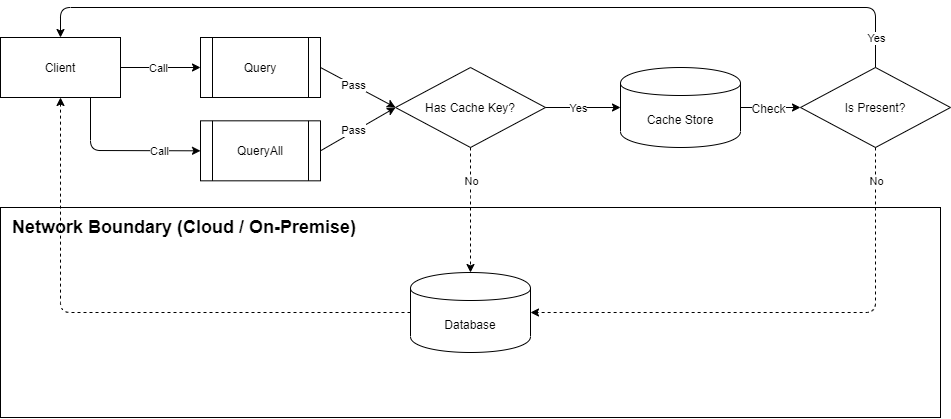
Earlier version of the draw.io export assets/images/site/cache.png (mikependon/RepoDB.NET). Source tidied: cells renumbered, new cells last; positions are measured from the earlier drawing's top-left corner, leaving out a move shared by most shapes.
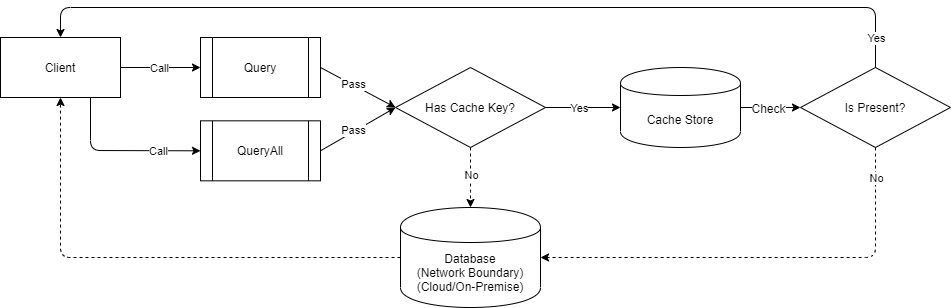
The same file after the commit.

Commit message:
Added the images for bulk and cache.

What changed in the source:
```diff
@@ -2,9 +2,6 @@
   <root>
     <mxCell id="0" />
     <mxCell id="1" parent="0" />
-    <mxCell id="2" style="rounded=0;whiteSpace=wrap;html=1;" parent="1" vertex="1">
-      <mxGeometry y="200" width="940" height="210" as="geometry" />
-    </mxCell>
     <mxCell id="3" value="Client" style="rounded=0;whiteSpace=wrap;html=1;" parent="1" vertex="1">
       <mxGeometry y="30" width="120" height="60" as="geometry" />
     </mxCell>
@@ -53,7 +50,7 @@
     </mxCell>
     <mxCell id="15" value="No" style="edgeLabel;html=1;align=center;verticalAlign=middle;" parent="14" vertex="1">
       <mxGeometry x="0.11" y="1" relative="1" as="geometry">
-        <mxPoint x="-1" y="-36.1" as="offset" />
+        <mxPoint x="-1" y="-6" as="offset" />
       </mxGeometry>
     </mxCell>
     <mxCell id="16" style="endArrow=classic;html=1;exitX=0.75;exitY=1;exitDx=0;exitDy=0;entryX=0;entryY=0.5;entryDx=0;entryDy=0;" parent="1" edge="1" source="3" target="20">
@@ -79,8 +76,8 @@
     <mxCell id="20" value="QueryAll" style="shape=process;whiteSpace=wrap;html=1;backgroundOutline=1;" parent="1" vertex="1">
       <mxGeometry x="200" y="113.3" width="120" height="60" as="geometry" />
     </mxCell>
-    <mxCell id="21" value="Database" style="shape=cylinder;whiteSpace=wrap;html=1;boundedLbl=1;backgroundOutline=1;" parent="1" vertex="1">
-      <mxGeometry x="410" y="265" width="120" height="80" as="geometry" />
+    <mxCell id="21" value="Database&lt;br&gt;(Network Boundary)&lt;br&gt;(Cloud/On-Premise)" style="shape=cylinder;whiteSpace=wrap;html=1;boundedLbl=1;backgroundOutline=1;" parent="1" vertex="1">
+      <mxGeometry x="400" y="200" width="140" height="100" as="geometry" />
     </mxCell>
     <mxCell id="22" value="Cache Store" style="shape=cylinder;whiteSpace=wrap;html=1;boundedLbl=1;backgroundOutline=1;" parent="1" vertex="1">
       <mxGeometry x="620" y="60" width="120" height="80" as="geometry" />
@@ -91,13 +88,13 @@
     <mxCell id="24" style="endArrow=classic;html=1;exitX=0.5;exitY=1;exitDx=0;exitDy=0;entryX=1;entryY=0.5;entryDx=0;entryDy=0;dashed=1;" parent="1" edge="1" source="23" target="21">
       <mxGeometry relative="1" as="geometry">
         <Array as="points">
-          <mxPoint x="875" y="305" />
+          <mxPoint x="875" y="250" />
         </Array>
       </mxGeometry>
     </mxCell>
     <mxCell id="25" value="No" style="edgeLabel;html=1;align=center;verticalAlign=middle;" parent="24" vertex="1">
       <mxGeometry x="0.11" y="1" relative="1" as="geometry">
-        <mxPoint x="117.3" y="-132.7" as="offset" />
+        <mxPoint x="136" y="-81" as="offset" />
       </mxGeometry>
     </mxCell>
     <mxCell id="26" style="endArrow=classic;html=1;exitX=0.5;exitY=0;exitDx=0;exitDy=0;entryX=0.5;entryY=0;entryDx=0;entryDy=0;" parent="1" edge="1" source="23" target="3">
@@ -116,13 +113,10 @@
     <mxCell id="28" style="endArrow=classic;html=1;exitX=0;exitY=0.5;exitDx=0;exitDy=0;entryX=0.5;entryY=1;entryDx=0;entryDy=0;dashed=1;" parent="1" edge="1" source="21" target="3">
       <mxGeometry relative="1" as="geometry">
         <Array as="points">
-          <mxPoint x="60" y="305" />
+          <mxPoint x="60" y="250" />
         </Array>
       </mxGeometry>
     </mxCell>
-    <mxCell id="29" value="Network Boundary (Cloud / On-Premise)" style="text;html=1;strokeColor=none;fillColor=none;align=left;verticalAlign=middle;whiteSpace=wrap;rounded=0;dashed=1;fontSize=18;fontStyle=1;" parent="1" vertex="1">
-      <mxGeometry x="10" y="210" width="360" height="20" as="geometry" />
-    </mxCell>
     <mxCell id="30" style="endArrow=classic;html=1;fontSize=18;exitX=1;exitY=0.5;exitDx=0;exitDy=0;entryX=0;entryY=0.5;entryDx=0;entryDy=0;" parent="1" edge="1" source="22" target="23">
       <mxGeometry relative="1" as="geometry" />
     </mxCell>
```
